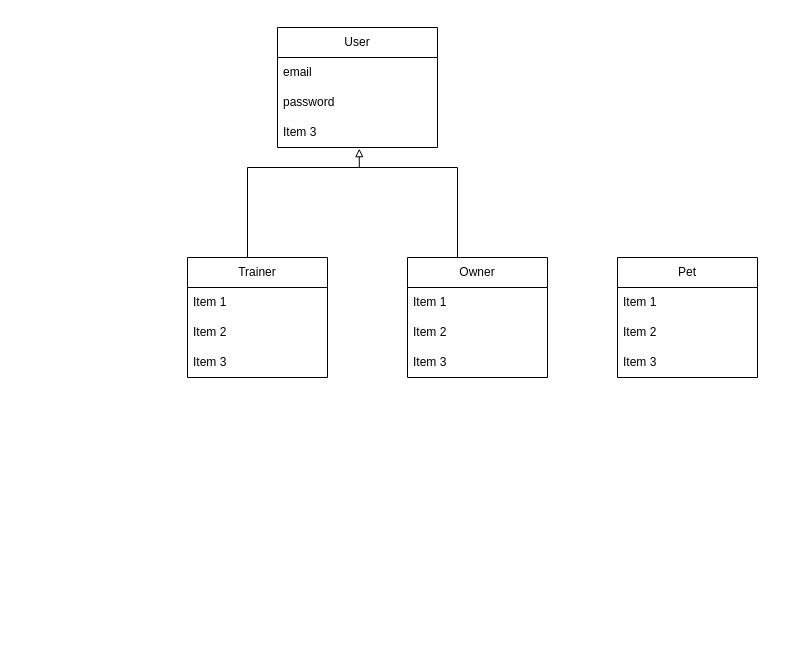
The draw.io diagram Ressources/UML diagrams/class.dio in WildCodeSchool/cdajs-2405-projet-la-meute, before the edit. Source tidied: cells renumbered, new cells numbered last; positions are measured from the earlier drawing's top-left corner, leaving out a move shared by most shapes. Both pictures are drawn from the tidied source at 100%, with x=0, y=0 at pixel (187, 27).
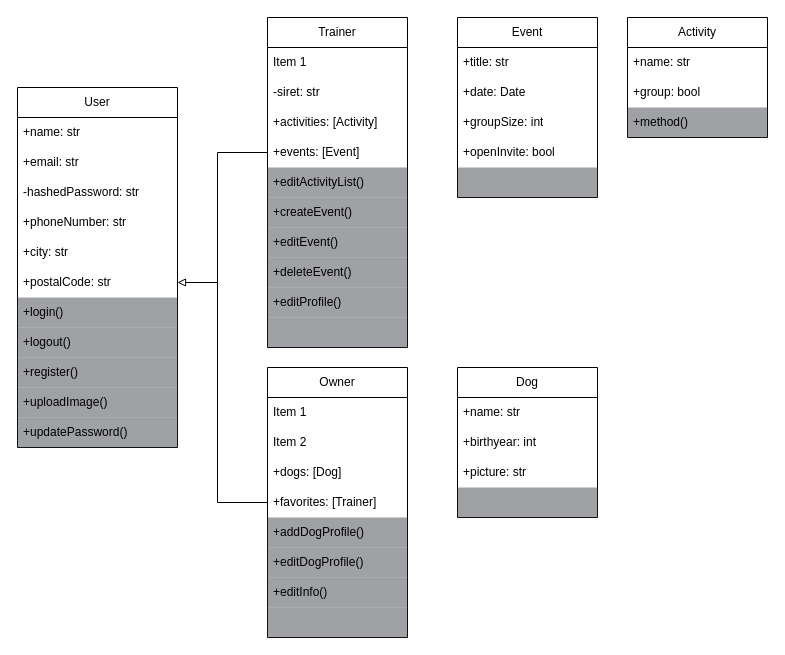
Above is the later version.

Commit message (it also covers changes not shown here):
UML class diagram first draft

What changed in the source:
```diff
@@
     <mxCell id="2" value="User" style="swimlane;fontStyle=0;horizontal=1;startSize=30;whiteSpace=wrap;html=1;" parent="1" vertex="1">
-      <mxGeometry x="90" width="160" height="120" as="geometry" />
+      <mxGeometry x="-170" y="60" width="160" height="360" as="geometry" />
     </mxCell>
+    <mxCell id="5" value="+name: str" style="text;strokeColor=none;fillColor=none;align=left;verticalAlign=middle;spacingLeft=4;spacingRight=4;overflow=hidden;points=[[0,0.5],[1,0.5]];portConstraint=eastwest;whiteSpace=wrap;html=1;" parent="2" vertex="1">
+      <mxGeometry y="30" width="160" height="30" as="geometry" />
+    </mxCell>
+    <mxCell id="20" value="+email: str" style="text;strokeColor=none;fillColor=none;align=left;verticalAlign=middle;spacingLeft=4;spacingRight=4;overflow=hidden;whiteSpace=wrap;html=1;" parent="2" vertex="1">
+      <mxGeometry y="60" width="160" height="30" as="geometry" />
+    </mxCell>
+    <mxCell id="21" value="-hashedPassword: str" style="text;strokeColor=none;fillColor=none;align=left;verticalAlign=middle;spacingLeft=4;spacingRight=4;overflow=hidden;whiteSpace=wrap;html=1;" parent="2" vertex="1">
+      <mxGeometry y="90" width="160" height="30" as="geometry" />
+    </mxCell>
+    <mxCell id="4" value="+phoneNumber: str" style="text;strokeColor=none;fillColor=none;align=left;verticalAlign=middle;spacingLeft=4;spacingRight=4;overflow=hidden;whiteSpace=wrap;html=1;" parent="2" vertex="1">
+      <mxGeometry y="120" width="160" height="30" as="geometry" />
+    </mxCell>
+    <mxCell id="22" value="+city: str" style="text;strokeColor=none;fillColor=none;align=left;verticalAlign=middle;spacingLeft=4;spacingRight=4;overflow=hidden;whiteSpace=wrap;html=1;" parent="2" vertex="1">
+      <mxGeometry y="150" width="160" height="30" as="geometry" />
+    </mxCell>
+    <mxCell id="23" value="+postalCode: str" style="text;strokeColor=none;fillColor=none;align=left;verticalAlign=middle;spacingLeft=4;spacingRight=4;overflow=hidden;points=[[0,0.5],[1,0.5]];portConstraint=eastwest;whiteSpace=wrap;html=1;" parent="2" vertex="1">
+      <mxGeometry y="180" width="160" height="30" as="geometry" />
+    </mxCell>
-    <mxCell id="3" value="email" style="text;strokeColor=none;fillColor=none;align=left;verticalAlign=middle;spacingLeft=4;spacingRight=4;overflow=hidden;whiteSpace=wrap;html=1;" parent="2" vertex="1">
-      <mxGeometry y="30" width="160" height="30" as="geometry" />
+    <mxCell id="3" value="+login()" style="text;align=left;verticalAlign=middle;spacingLeft=4;spacingRight=4;overflow=hidden;whiteSpace=wrap;html=1;dashed=1;perimeterSpacing=0;fillColor=#40444D;strokeColor=none;fillStyle=solid;opacity=50;rounded=0;glass=0;shadow=0;" parent="2" vertex="1">
+      <mxGeometry y="210" width="160" height="30" as="geometry" />
     </mxCell>
-    <mxCell id="4" value="password" style="text;strokeColor=none;fillColor=none;align=left;verticalAlign=middle;spacingLeft=4;spacingRight=4;overflow=hidden;whiteSpace=wrap;html=1;" parent="2" vertex="1">
-      <mxGeometry y="60" width="160" height="30" as="geometry" />
-    </mxCell>
-    <mxCell id="5" value="Item 3" style="text;strokeColor=none;fillColor=none;align=left;verticalAlign=middle;spacingLeft=4;spacingRight=4;overflow=hidden;points=[[0,0.5],[1,0.5]];portConstraint=eastwest;whiteSpace=wrap;html=1;" parent="2" vertex="1">
-      <mxGeometry y="90" width="160" height="30" as="geometry" />
-    </mxCell>
-    <mxCell id="6" style="edgeStyle=orthogonalEdgeStyle;html=1;entryX=0.511;entryY=1.04;entryDx=0;entryDy=0;entryPerimeter=0;exitX=0.5;exitY=0;exitDx=0;exitDy=0;rounded=0;endArrow=block;endFill=0;" parent="1" edge="1" source="7" target="5">
-      <mxGeometry relative="1" as="geometry">
-        <Array as="points">
-          <mxPoint x="60" y="140" />
-          <mxPoint x="172" y="140" />
-        </Array>
-      </mxGeometry>
-    </mxCell>
+    <mxCell id="24" value="+logout()" style="text;align=left;verticalAlign=middle;spacingLeft=4;spacingRight=4;overflow=hidden;whiteSpace=wrap;html=1;dashed=1;perimeterSpacing=0;fillColor=#40444D;strokeColor=none;fillStyle=solid;opacity=50;rounded=0;glass=0;shadow=0;" parent="2" vertex="1">
+      <mxGeometry y="240" width="160" height="30" as="geometry" />
+    </mxCell>
+    <mxCell id="25" value="+register()" style="text;align=left;verticalAlign=middle;spacingLeft=4;spacingRight=4;overflow=hidden;whiteSpace=wrap;html=1;perimeterSpacing=0;fillColor=#40444D;strokeColor=none;fillStyle=solid;opacity=50;" parent="2" vertex="1">
+      <mxGeometry y="270" width="160" height="30" as="geometry" />
+    </mxCell>
+    <mxCell id="26" value="+uploadImage()" style="text;align=left;verticalAlign=middle;spacingLeft=4;spacingRight=4;overflow=hidden;whiteSpace=wrap;html=1;dashed=1;perimeterSpacing=0;fillColor=#40444D;strokeColor=none;fillStyle=solid;opacity=50;rounded=0;glass=0;shadow=0;" parent="2" vertex="1">
+      <mxGeometry y="300" width="160" height="30" as="geometry" />
+    </mxCell>
+    <mxCell id="27" value="+updatePassword()" style="text;align=left;verticalAlign=middle;spacingLeft=4;spacingRight=4;overflow=hidden;whiteSpace=wrap;html=1;dashed=1;perimeterSpacing=0;fillColor=#40444D;strokeColor=none;fillStyle=solid;opacity=50;rounded=0;glass=0;shadow=0;" parent="2" vertex="1">
+      <mxGeometry y="330" width="160" height="30" as="geometry" />
+    </mxCell>
+    <mxCell id="28" style="edgeStyle=orthogonalEdgeStyle;html=1;entryX=0;entryY=0.5;entryDx=0;entryDy=0;exitX=0;exitY=0.5;exitDx=0;exitDy=0;rounded=0;endArrow=none;endFill=0;" parent="1" edge="1" source="10" target="36">
+      <mxGeometry relative="1" as="geometry">
+        <Array as="points">
+          <mxPoint x="30" y="125" />
+          <mxPoint x="30" y="475" />
+        </Array>
+      </mxGeometry>
+    </mxCell>
     <mxCell id="7" value="Trainer" style="swimlane;fontStyle=0;horizontal=1;startSize=30;whiteSpace=wrap;html=1;" parent="1" vertex="1">
-      <mxGeometry y="230" width="140" height="120" as="geometry" />
+      <mxGeometry x="80" y="-10" width="140" height="330" as="geometry" />
     </mxCell>
@@
-    <mxCell id="9" value="Item 2" style="text;strokeColor=none;fillColor=none;align=left;verticalAlign=middle;spacingLeft=4;spacingRight=4;overflow=hidden;whiteSpace=wrap;html=1;" parent="7" vertex="1">
+    <mxCell id="9" value="-siret: str" style="text;strokeColor=none;fillColor=none;align=left;verticalAlign=middle;spacingLeft=4;spacingRight=4;overflow=hidden;whiteSpace=wrap;html=1;" parent="7" vertex="1">
       <mxGeometry y="60" width="140" height="30" as="geometry" />
     </mxCell>
+    <mxCell id="29" value="+activities: [Activity]" style="text;strokeColor=none;fillColor=none;align=left;verticalAlign=middle;spacingLeft=4;spacingRight=4;overflow=hidden;whiteSpace=wrap;html=1;dashed=1;fillStyle=dots;" parent="7" vertex="1">
+      <mxGeometry y="90" width="140" height="30" as="geometry" />
+    </mxCell>
-    <mxCell id="10" value="Item 3" style="text;strokeColor=none;fillColor=none;align=left;verticalAlign=middle;spacingLeft=4;spacingRight=4;overflow=hidden;points=[[0,0.5],[1,0.5]];portConstraint=eastwest;whiteSpace=wrap;html=1;" parent="7" vertex="1">
-      <mxGeometry y="90" width="140" height="30" as="geometry" />
+    <mxCell id="10" value="+events: [Event]" style="text;strokeColor=none;fillColor=none;align=left;verticalAlign=middle;spacingLeft=4;spacingRight=4;overflow=hidden;points=[[0,0.5],[1,0.5]];portConstraint=eastwest;whiteSpace=wrap;html=1;" parent="7" vertex="1">
+      <mxGeometry y="120" width="140" height="30" as="geometry" />
     </mxCell>
-    <mxCell id="11" style="edgeStyle=orthogonalEdgeStyle;rounded=0;html=1;endArrow=none;endFill=0;exitX=0.5;exitY=0;exitDx=0;exitDy=0;" parent="1" edge="1" source="12">
-      <mxGeometry relative="1" as="geometry">
-        <mxPoint x="160" y="140" as="targetPoint" />
-        <Array as="points">
-          <mxPoint x="270" y="230" />
-          <mxPoint x="270" y="140" />
-        </Array>
-      </mxGeometry>
-    </mxCell>
+    <mxCell id="30" value="+editActivityList()" style="text;align=left;verticalAlign=middle;spacingLeft=4;spacingRight=4;overflow=hidden;whiteSpace=wrap;html=1;dashed=1;perimeterSpacing=0;fillColor=#40444D;strokeColor=none;fillStyle=solid;opacity=50;rounded=0;glass=0;shadow=0;" parent="7" vertex="1">
+      <mxGeometry y="150" width="140" height="30" as="geometry" />
+    </mxCell>
+    <mxCell id="31" value="+createEvent()" style="text;align=left;verticalAlign=middle;spacingLeft=4;spacingRight=4;overflow=hidden;whiteSpace=wrap;html=1;dashed=1;perimeterSpacing=0;fillColor=#40444D;strokeColor=none;fillStyle=solid;opacity=50;rounded=0;glass=0;shadow=0;" parent="7" vertex="1">
+      <mxGeometry y="180" width="140" height="30" as="geometry" />
+    </mxCell>
+    <mxCell id="32" value="+editEvent()" style="text;align=left;verticalAlign=middle;spacingLeft=4;spacingRight=4;overflow=hidden;whiteSpace=wrap;html=1;dashed=1;perimeterSpacing=0;fillColor=#40444D;strokeColor=none;fillStyle=solid;opacity=50;rounded=0;glass=0;shadow=0;" parent="7" vertex="1">
+      <mxGeometry y="210" width="140" height="30" as="geometry" />
+    </mxCell>
+    <mxCell id="33" value="+deleteEvent()" style="text;align=left;verticalAlign=middle;spacingLeft=4;spacingRight=4;overflow=hidden;whiteSpace=wrap;html=1;dashed=1;perimeterSpacing=0;fillColor=#40444D;strokeColor=none;fillStyle=solid;opacity=50;rounded=0;glass=0;shadow=0;" parent="7" vertex="1">
+      <mxGeometry y="240" width="140" height="30" as="geometry" />
+    </mxCell>
+    <mxCell id="34" value="+editProfile()" style="text;align=left;verticalAlign=middle;spacingLeft=4;spacingRight=4;overflow=hidden;whiteSpace=wrap;html=1;dashed=1;perimeterSpacing=0;fillColor=#40444D;strokeColor=none;fillStyle=solid;opacity=50;rounded=0;glass=0;shadow=0;" parent="7" vertex="1">
+      <mxGeometry y="270" width="140" height="30" as="geometry" />
+    </mxCell>
+    <mxCell id="35" style="text;align=left;verticalAlign=middle;spacingLeft=4;spacingRight=4;overflow=hidden;whiteSpace=wrap;html=1;dashed=1;perimeterSpacing=0;fillColor=#40444D;strokeColor=none;fillStyle=solid;opacity=50;rounded=0;glass=0;shadow=0;" parent="7" vertex="1">
+      <mxGeometry y="300" width="140" height="30" as="geometry" />
+    </mxCell>
     <mxCell id="12" value="Owner" style="swimlane;fontStyle=0;horizontal=1;startSize=30;whiteSpace=wrap;html=1;" parent="1" vertex="1">
-      <mxGeometry x="220" y="230" width="140" height="120" as="geometry" />
+      <mxGeometry x="80" y="340" width="140" height="270" as="geometry" />
     </mxCell>
@@
-    <mxCell id="15" value="Item 3" style="text;strokeColor=none;fillColor=none;align=left;verticalAlign=middle;spacingLeft=4;spacingRight=4;overflow=hidden;whiteSpace=wrap;html=1;" parent="12" vertex="1">
+    <mxCell id="15" value="+dogs: [Dog]" style="text;strokeColor=none;fillColor=none;align=left;verticalAlign=middle;spacingLeft=4;spacingRight=4;overflow=hidden;whiteSpace=wrap;html=1;" parent="12" vertex="1">
       <mxGeometry y="90" width="140" height="30" as="geometry" />
     </mxCell>
+    <mxCell id="36" value="+favorites: [Trainer]" style="text;strokeColor=none;fillColor=none;align=left;verticalAlign=middle;spacingLeft=4;spacingRight=4;overflow=hidden;points=[[0,0.5],[1,0.5]];portConstraint=eastwest;whiteSpace=wrap;html=1;" parent="12" vertex="1">
+      <mxGeometry y="120" width="140" height="30" as="geometry" />
+    </mxCell>
+    <mxCell id="37" value="+addDogProfile()" style="text;align=left;verticalAlign=middle;spacingLeft=4;spacingRight=4;overflow=hidden;whiteSpace=wrap;html=1;dashed=1;perimeterSpacing=0;fillColor=#40444D;strokeColor=none;fillStyle=solid;opacity=50;rounded=0;glass=0;shadow=0;" parent="12" vertex="1">
+      <mxGeometry y="150" width="140" height="30" as="geometry" />
+    </mxCell>
+    <mxCell id="38" value="+editDogProfile()" style="text;align=left;verticalAlign=middle;spacingLeft=4;spacingRight=4;overflow=hidden;whiteSpace=wrap;html=1;dashed=1;perimeterSpacing=0;fillColor=#40444D;strokeColor=none;fillStyle=solid;opacity=50;rounded=0;glass=0;shadow=0;" parent="12" vertex="1">
+      <mxGeometry y="180" width="140" height="30" as="geometry" />
+    </mxCell>
+    <mxCell id="39" value="+editInfo()" style="text;align=left;verticalAlign=middle;spacingLeft=4;spacingRight=4;overflow=hidden;whiteSpace=wrap;html=1;dashed=1;perimeterSpacing=0;fillColor=#40444D;strokeColor=none;fillStyle=solid;opacity=50;rounded=0;glass=0;shadow=0;" parent="12" vertex="1">
+      <mxGeometry y="210" width="140" height="30" as="geometry" />
+    </mxCell>
+    <mxCell id="40" style="text;align=left;verticalAlign=middle;spacingLeft=4;spacingRight=4;overflow=hidden;whiteSpace=wrap;html=1;dashed=1;perimeterSpacing=0;fillColor=#40444D;strokeColor=none;fillStyle=solid;opacity=50;rounded=0;glass=0;shadow=0;" parent="12" vertex="1">
+      <mxGeometry y="240" width="140" height="30" as="geometry" />
+    </mxCell>
-    <mxCell id="16" value="Pet" style="swimlane;fontStyle=0;horizontal=1;startSize=30;whiteSpace=wrap;html=1;" parent="1" vertex="1">
-      <mxGeometry x="430" y="230" width="140" height="120" as="geometry" />
+    <mxCell id="16" value="Dog" style="swimlane;fontStyle=0;horizontal=1;startSize=30;whiteSpace=wrap;html=1;" parent="1" vertex="1">
+      <mxGeometry x="270" y="340" width="140" height="150" as="geometry" />
     </mxCell>
-    <mxCell id="17" value="Item 1" style="text;strokeColor=none;fillColor=none;align=left;verticalAlign=middle;spacingLeft=4;spacingRight=4;overflow=hidden;whiteSpace=wrap;html=1;" parent="16" vertex="1">
+    <mxCell id="17" value="+name: str" style="text;strokeColor=none;fillColor=none;align=left;verticalAlign=middle;spacingLeft=4;spacingRight=4;overflow=hidden;whiteSpace=wrap;html=1;" parent="16" vertex="1">
       <mxGeometry y="30" width="140" height="30" as="geometry" />
     </mxCell>
-    <mxCell id="18" value="Item 2" style="text;strokeColor=none;fillColor=none;align=left;verticalAlign=middle;spacingLeft=4;spacingRight=4;overflow=hidden;whiteSpace=wrap;html=1;" parent="16" vertex="1">
+    <mxCell id="18" value="+birthyear: int" style="text;strokeColor=none;fillColor=none;align=left;verticalAlign=middle;spacingLeft=4;spacingRight=4;overflow=hidden;whiteSpace=wrap;html=1;" parent="16" vertex="1">
       <mxGeometry y="60" width="140" height="30" as="geometry" />
     </mxCell>
-    <mxCell id="19" value="Item 3" style="text;strokeColor=none;fillColor=none;align=left;verticalAlign=middle;spacingLeft=4;spacingRight=4;overflow=hidden;whiteSpace=wrap;html=1;" parent="16" vertex="1">
+    <mxCell id="19" value="+picture: str" style="text;strokeColor=none;fillColor=none;align=left;verticalAlign=middle;spacingLeft=4;spacingRight=4;overflow=hidden;whiteSpace=wrap;html=1;" parent="16" vertex="1">
       <mxGeometry y="90" width="140" height="30" as="geometry" />
     </mxCell>
+    <mxCell id="41" style="text;align=left;verticalAlign=middle;spacingLeft=4;spacingRight=4;overflow=hidden;whiteSpace=wrap;html=1;dashed=1;perimeterSpacing=0;fillColor=#40444D;strokeColor=none;fillStyle=solid;opacity=50;rounded=0;glass=0;shadow=0;" parent="16" vertex="1">
+      <mxGeometry y="120" width="140" height="30" as="geometry" />
+    </mxCell>
+    <mxCell id="42" value="Activity" style="swimlane;fontStyle=0;horizontal=1;startSize=30;whiteSpace=wrap;html=1;" parent="1" vertex="1">
+      <mxGeometry x="440" y="-10" width="140" height="120" as="geometry" />
+    </mxCell>
+    <mxCell id="43" value="+name: str" style="text;strokeColor=none;fillColor=none;align=left;verticalAlign=middle;spacingLeft=4;spacingRight=4;overflow=hidden;whiteSpace=wrap;html=1;" parent="42" vertex="1">
+      <mxGeometry y="30" width="140" height="30" as="geometry" />
+    </mxCell>
+    <mxCell id="44" value="+group: bool" style="text;strokeColor=none;fillColor=none;align=left;verticalAlign=middle;spacingLeft=4;spacingRight=4;overflow=hidden;whiteSpace=wrap;html=1;" parent="42" vertex="1">
+      <mxGeometry y="60" width="140" height="30" as="geometry" />
+    </mxCell>
+    <mxCell id="45" value="+method()" style="text;align=left;verticalAlign=middle;spacingLeft=4;spacingRight=4;overflow=hidden;whiteSpace=wrap;html=1;dashed=1;perimeterSpacing=0;fillColor=#40444D;strokeColor=none;fillStyle=solid;opacity=50;rounded=0;glass=0;shadow=0;" parent="42" vertex="1">
+      <mxGeometry y="90" width="140" height="30" as="geometry" />
+    </mxCell>
+    <mxCell id="46" value="Event" style="swimlane;fontStyle=0;horizontal=1;startSize=30;whiteSpace=wrap;html=1;" parent="1" vertex="1">
+      <mxGeometry x="270" y="-10" width="140" height="180" as="geometry" />
+    </mxCell>
+    <mxCell id="47" value="+title: str" style="text;strokeColor=none;fillColor=none;align=left;verticalAlign=middle;spacingLeft=4;spacingRight=4;overflow=hidden;whiteSpace=wrap;html=1;" parent="46" vertex="1">
+      <mxGeometry y="30" width="140" height="30" as="geometry" />
+    </mxCell>
+    <mxCell id="48" value="+date: Date" style="text;strokeColor=none;fillColor=none;align=left;verticalAlign=middle;spacingLeft=4;spacingRight=4;overflow=hidden;whiteSpace=wrap;html=1;" parent="46" vertex="1">
+      <mxGeometry y="60" width="140" height="30" as="geometry" />
+    </mxCell>
+    <mxCell id="49" value="+groupSize: int" style="text;strokeColor=none;fillColor=none;align=left;verticalAlign=middle;spacingLeft=4;spacingRight=4;overflow=hidden;whiteSpace=wrap;html=1;" parent="46" vertex="1">
+      <mxGeometry y="90" width="140" height="30" as="geometry" />
+    </mxCell>
+    <mxCell id="50" value="+openInvite: bool" style="text;strokeColor=none;fillColor=none;align=left;verticalAlign=middle;spacingLeft=4;spacingRight=4;overflow=hidden;whiteSpace=wrap;html=1;" parent="46" vertex="1">
+      <mxGeometry y="120" width="140" height="30" as="geometry" />
+    </mxCell>
+    <mxCell id="51" style="text;align=left;verticalAlign=middle;spacingLeft=4;spacingRight=4;overflow=hidden;whiteSpace=wrap;html=1;dashed=1;perimeterSpacing=0;fillColor=#40444D;strokeColor=none;fillStyle=solid;opacity=50;rounded=0;glass=0;shadow=0;" parent="46" vertex="1">
+      <mxGeometry y="150" width="140" height="30" as="geometry" />
+    </mxCell>
+    <mxCell id="52" style="endArrow=none;startArrow=block;html=1;rounded=0;exitX=1;exitY=0.5;exitDx=0;exitDy=0;startFill=0;endFill=0;" parent="1" edge="1" source="23">
+      <mxGeometry relative="1" as="geometry">
+        <mxPoint x="30" y="255" as="targetPoint" />
+      </mxGeometry>
+    </mxCell>
```
